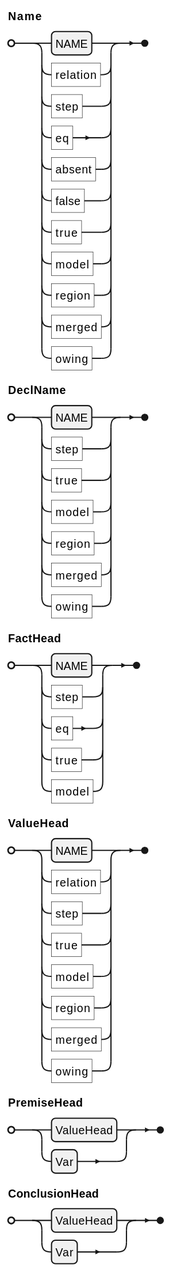
agutikov/ein keeps this PlantUML diagram as docs/ein/user/04-reference/diagrams/01-grammar-phrase-names.svg. Above is the earlier version. Its source is kept beside it as docs/ein/user/04-reference/diagrams/01-grammar-phrase-names.puml.
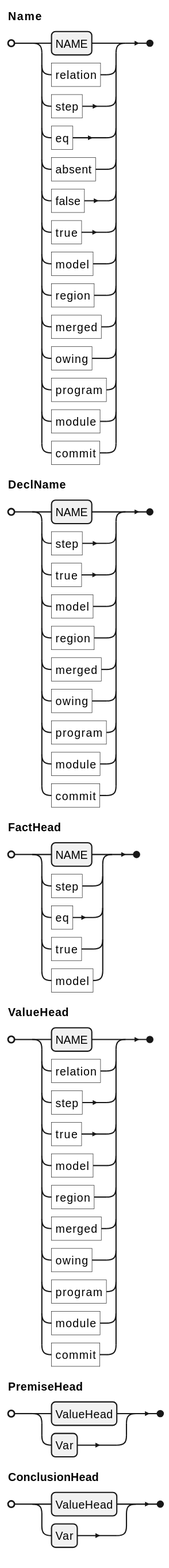
After the change.

Diff of the diagram source:
```diff
@@ -1,10 +1,14 @@
 @startebnf
 Name =
     NAME | "relation" | "step" | "eq" | "absent" | "false" | "true" | "model" | "region" | "merged"
-  | "owing" ;
-DeclName = NAME | "step" | "true" | "model" | "region" | "merged" | "owing" ;
+  | "owing" | "program" | "module" | "commit" ;
+DeclName =
+    NAME | "step" | "true" | "model" | "region" | "merged" | "owing" | "program" | "module"
+  | "commit" ;
 FactHead = NAME | "step" | "eq" | "true" | "model" ;
-ValueHead = NAME | "relation" | "step" | "true" | "model" | "region" | "merged" | "owing" ;
+ValueHead =
+    NAME | "relation" | "step" | "true" | "model" | "region" | "merged" | "owing" | "program"
+  | "module" | "commit" ;
 PremiseHead = ValueHead | Var ;
 ConclusionHead = ValueHead | Var ;
 @endebnf
```
